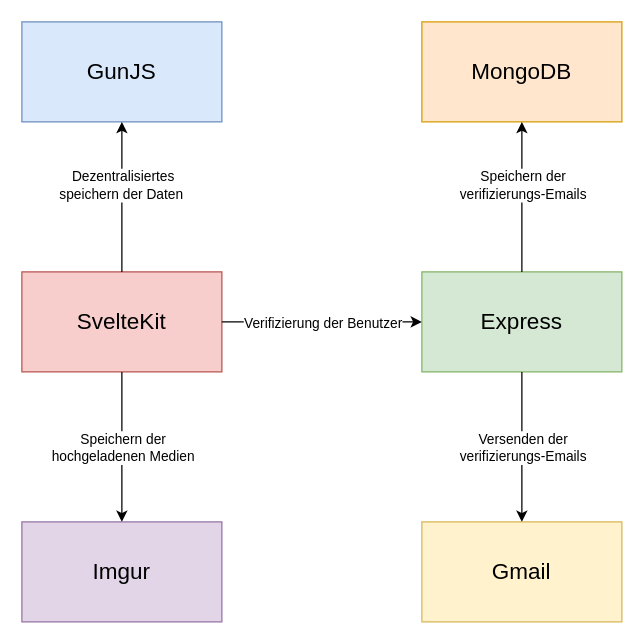
Above: Projektstruktur.drawio in AnoAsked/Documentation (draw.io), before the change. Source tidied: cells renumbered, new cells numbered last; positions are measured from the earlier drawing's top-left corner, leaving out a move shared by most shapes. Both pictures are drawn from the tidied source at 125%, with x=0, y=0 at pixel (21, 21).
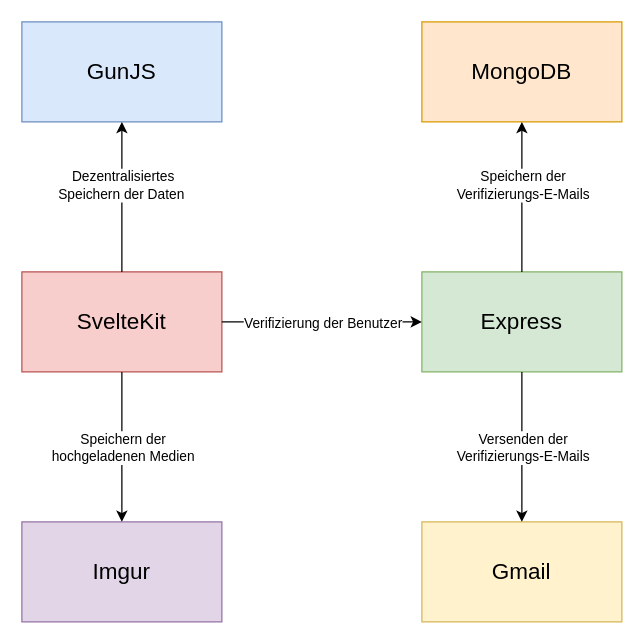
Above is the later version.

The change refers to these unchanged cells:
```xml
<mxCell id="8" style="endArrow=classic;html=1;rounded=0;exitX=0.5;exitY=0;exitDx=0;exitDy=0;entryX=0.5;entryY=1;entryDx=0;entryDy=0;" parent="1" edge="1" source="2" target="3">
  <mxGeometry relative="1" as="geometry" />
</mxCell>
<mxCell id="14" style="endArrow=classic;html=1;rounded=0;exitX=0.5;exitY=0;exitDx=0;exitDy=0;entryX=0.5;entryY=1;entryDx=0;entryDy=0;" parent="1" edge="1" source="4" target="5">
  <mxGeometry relative="1" as="geometry" />
</mxCell>
<mxCell id="16" style="endArrow=classic;html=1;rounded=0;exitX=0.5;exitY=1;exitDx=0;exitDy=0;entryX=0.5;entryY=0;entryDx=0;entryDy=0;" parent="1" edge="1" source="4" target="6">
  <mxGeometry relative="1" as="geometry" />
</mxCell>
```

Change to the diagram source:
```diff
@@
-    <mxCell id="9" value="Dezentralisiertes &lt;br&gt;speichern der Daten&amp;nbsp;" style="edgeLabel;html=1;align=center;verticalAlign=middle;" parent="8" vertex="1">
+    <mxCell id="9" value="Dezentralisiertes &lt;br&gt;Speichern der Daten&amp;nbsp;" style="edgeLabel;html=1;align=center;verticalAlign=middle;" parent="8" vertex="1">
       <mxGeometry x="0.33" relative="1" as="geometry">
         <mxPoint y="10" as="offset" />
       </mxGeometry>
     </mxCell>
@@
-    <mxCell id="15" value="Speichern der&lt;br&gt;verifizierungs-Emails" style="edgeLabel;html=1;align=center;verticalAlign=middle;" parent="14" vertex="1">
+    <mxCell id="15" value="Speichern der&lt;br&gt;Verifizierungs-E-Mails" style="edgeLabel;html=1;align=center;verticalAlign=middle;" parent="14" vertex="1">
       <mxGeometry x="0.33" relative="1" as="geometry">
         <mxPoint y="10" as="offset" />
       </mxGeometry>
     </mxCell>
@@
-    <mxCell id="17" value="Versenden der&lt;br&gt;verifizierungs-Emails" style="edgeLabel;html=1;align=center;verticalAlign=middle;" parent="16" vertex="1">
+    <mxCell id="17" value="Versenden der&lt;br&gt;Verifizierungs-E-Mails" style="edgeLabel;html=1;align=center;verticalAlign=middle;" parent="16" vertex="1">
       <mxGeometry x="0.33" relative="1" as="geometry">
         <mxPoint y="-20" as="offset" />
       </mxGeometry>
     </mxCell>
```
